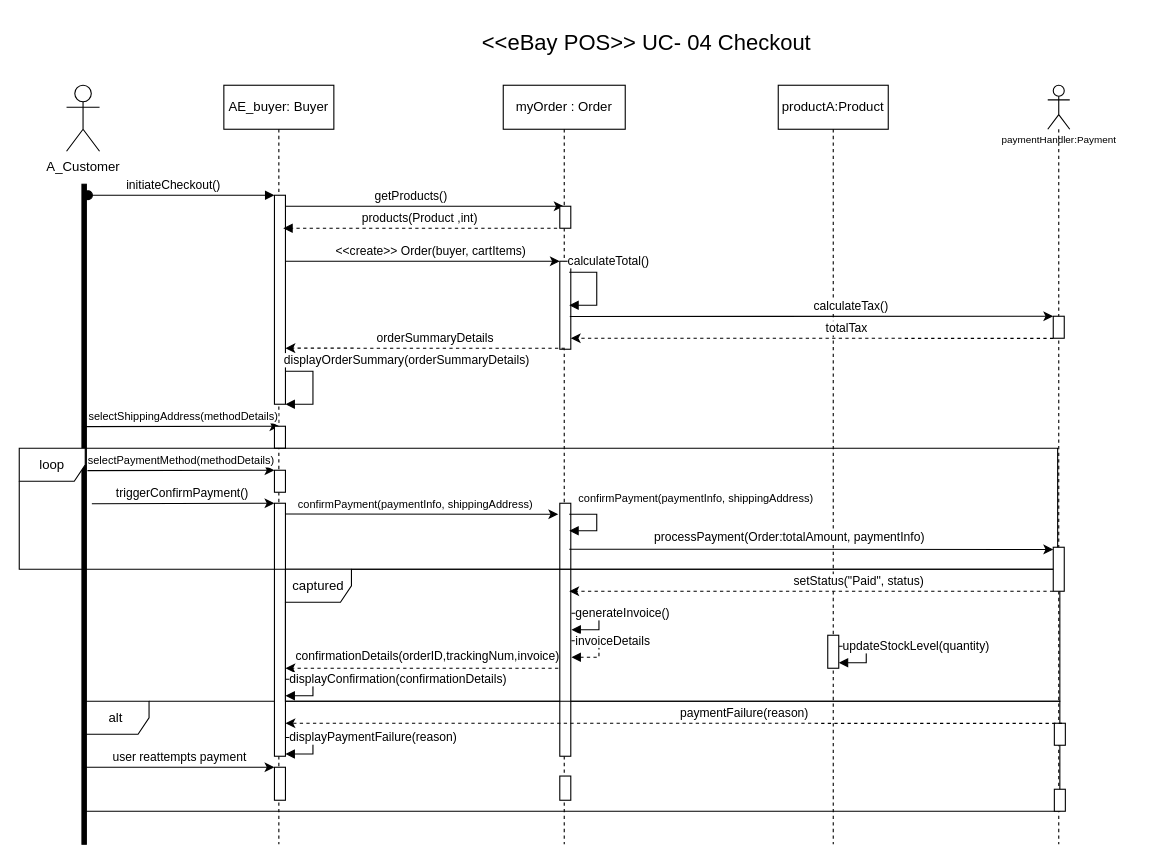
AhmedElamari/Software-design-saved keeps this draw.io diagram as Sequence Diagram ebay.drawio. Above is the earlier version. Source tidied: cells renumbered, new cells numbered last; positions are measured from the earlier drawing's top-left corner, leaving out a move shared by most shapes. Both pictures are drawn from the tidied source at 110%, with x=0, y=0 at pixel (19, 19).
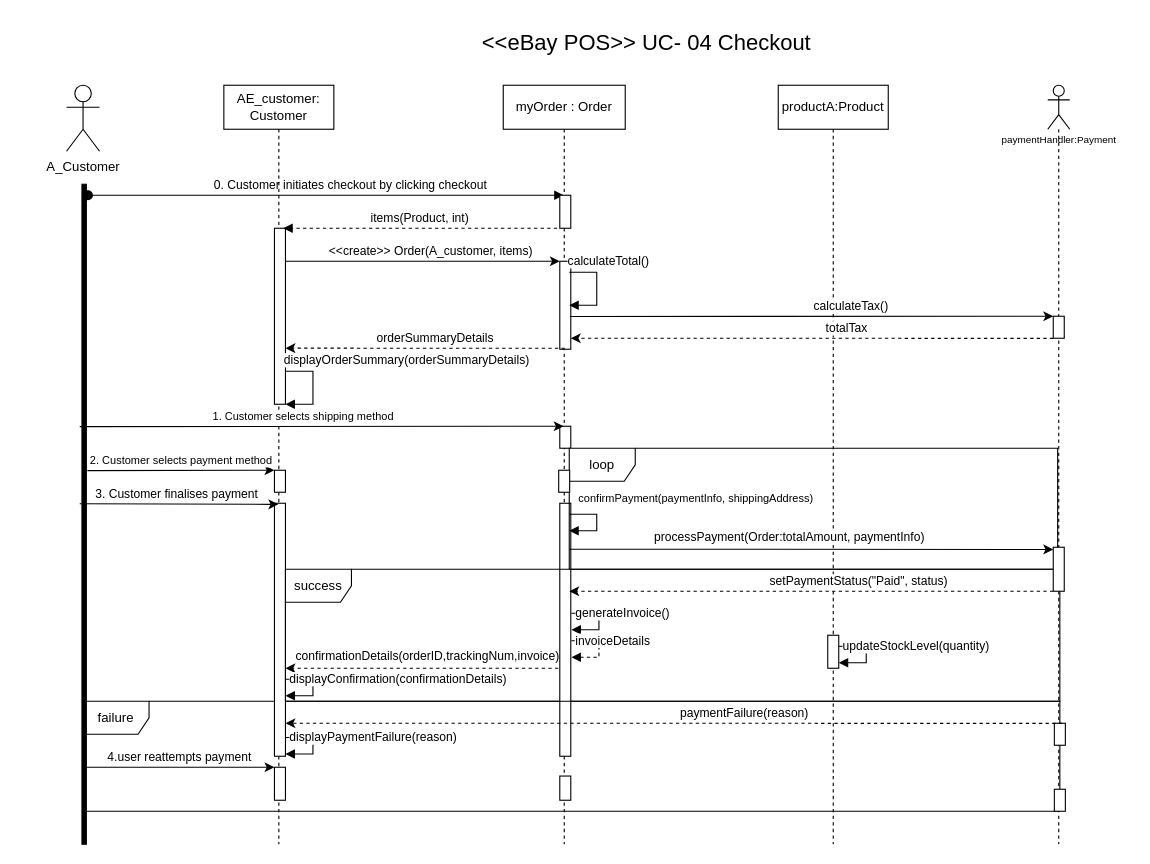
The same page after the edit.

The change refers to these unchanged cells:
```xml
<mxCell id="12" value="myOrder : Order" style="shape=umlLifeline;perimeter=lifelinePerimeter;whiteSpace=wrap;html=1;outlineConnect=0;portConstraint=eastwest;newEdgeStyle={&quot;edgeStyle&quot;:&quot;elbowEdgeStyle&quot;,&quot;elbow&quot;:&quot;vertical&quot;,&quot;curved&quot;:0,&quot;rounded&quot;:0};" parent="1" vertex="1">
  <mxGeometry x="440" y="60" width="110.9" height="690" as="geometry" />
</mxCell>
<mxCell id="21" style="edgeStyle=elbowEdgeStyle;rounded=0;jettySize=auto;html=1;elbow=vertical;curved=0;" parent="1" edge="1" target="14">
  <mxGeometry relative="1" as="geometry">
    <mxPoint x="242" y="220" as="sourcePoint" />
  </mxGeometry>
</mxCell>
<mxCell id="37" style="edgeStyle=elbowEdgeStyle;rounded=0;jettySize=auto;html=1;elbow=vertical;curved=0;" parent="1" edge="1" target="39">
  <mxGeometry relative="1" as="geometry">
    <mxPoint x="62" y="410.3" as="sourcePoint" />
  </mxGeometry>
</mxCell>
<mxCell id="42" style="edgeStyle=elbowEdgeStyle;rounded=0;orthogonalLoop=1;jettySize=auto;html=1;elbow=vertical;curved=0;dashed=1;" parent="1" edge="1">
  <mxGeometry relative="1" as="geometry">
    <mxPoint x="940" y="520" as="sourcePoint" />
    <mxPoint x="500" y="520" as="targetPoint" />
  </mxGeometry>
</mxCell>
<mxCell id="52" style="edgeStyle=elbowEdgeStyle;rounded=0;orthogonalLoop=1;jettySize=auto;html=1;elbow=vertical;curved=0;" parent="1" edge="1">
  <mxGeometry relative="1" as="geometry">
    <mxPoint x="57" y="680" as="sourcePoint" />
    <mxPoint x="232" y="680" as="targetPoint" />
  </mxGeometry>
</mxCell>
```

Diff of the diagram source:
```diff
@@
-    <mxCell id="2" value="alt" style="shape=umlFrame;whiteSpace=wrap;html=1;" parent="1" vertex="1">
+    <mxCell id="2" value="failure" style="shape=umlFrame;whiteSpace=wrap;html=1;" parent="1" vertex="1">
       <mxGeometry x="58" y="620" width="888" height="100" as="geometry" />
     </mxCell>
@@
-    <mxCell id="5" value="initiateCheckout()" style="html=1;verticalAlign=bottom;startArrow=oval;startFill=1;endArrow=block;startSize=8;curved=0;rounded=0;" parent="1" edge="1">
-      <mxGeometry x="-0.09" relative="1" as="geometry">
+    <mxCell id="5" value="0. Customer initiates checkout by clicking checkout" style="html=1;verticalAlign=bottom;startArrow=oval;startFill=1;endArrow=block;startSize=8;curved=0;rounded=0;" parent="1" edge="1" target="12">
+      <mxGeometry x="0.1" relative="1" as="geometry">
         <mxPoint x="62.5" y="160" as="sourcePoint" />
-        <mxPoint x="232" y="160" as="targetPoint" />
       </mxGeometry>
     </mxCell>
-    <mxCell id="6" style="edgeStyle=elbowEdgeStyle;rounded=0;jettySize=auto;html=1;elbow=vertical;curved=0;" parent="1" edge="1" target="12">
-      <mxGeometry relative="1" as="geometry">
-        <mxPoint x="238" y="170" as="sourcePoint" />
-      </mxGeometry>
-    </mxCell>
-    <mxCell id="7" value="getProducts()" style="edgeLabel;html=1;align=center;verticalAlign=middle;" parent="6" vertex="1">
-      <mxGeometry x="-0.24" y="4" relative="1" as="geometry">
-        <mxPoint x="19" y="-6" as="offset" />
-      </mxGeometry>
-    </mxCell>
-    <mxCell id="8" value="AE_buyer: Buyer" style="shape=umlLifeline;perimeter=lifelinePerimeter;whiteSpace=wrap;html=1;outlineConnect=0;portConstraint=eastwest;newEdgeStyle={&quot;edgeStyle&quot;:&quot;elbowEdgeStyle&quot;,&quot;elbow&quot;:&quot;vertical&quot;,&quot;curved&quot;:0,&quot;rounded&quot;:0};" parent="1" vertex="1">
+    <mxCell id="8" value="AE_customer: Customer" style="shape=umlLifeline;perimeter=lifelinePerimeter;whiteSpace=wrap;html=1;outlineConnect=0;portConstraint=eastwest;newEdgeStyle={&quot;edgeStyle&quot;:&quot;elbowEdgeStyle&quot;,&quot;elbow&quot;:&quot;vertical&quot;,&quot;curved&quot;:0,&quot;rounded&quot;:0};" parent="1" vertex="1">
       <mxGeometry x="186" y="60" width="100" height="690" as="geometry" />
     </mxCell>
     <mxCell id="9" style="html=1;perimeter=orthogonalPerimeter;targetShapes=umlLifeline;newEdgeStyle={&quot;curved&quot;:0,&quot;rounded&quot;:0};" parent="8" vertex="1">
-      <mxGeometry x="46" y="100" width="10" height="190" as="geometry" />
+      <mxGeometry x="46" y="130" width="10" height="160" as="geometry" />
     </mxCell>
@@
     <mxCell id="16" style="html=1;perimeter=orthogonalPerimeter;targetShapes=umlLifeline;newEdgeStyle={&quot;curved&quot;:0,&quot;rounded&quot;:0};" parent="12" vertex="1">
-      <mxGeometry x="51.4" y="110" width="10" height="20" as="geometry" />
+      <mxGeometry x="51.4" y="100" width="10" height="30" as="geometry" />
     </mxCell>
+    <mxCell id="68" style="html=1;perimeter=orthogonalPerimeter;targetShapes=umlLifeline;newEdgeStyle={&quot;curved&quot;:0,&quot;rounded&quot;:0};" parent="12" vertex="1">
+      <mxGeometry x="51.4" y="310" width="10" height="20" as="geometry" />
+    </mxCell>
@@
-    <mxCell id="22" value="&amp;lt;&amp;lt;create&amp;gt;&amp;gt; Order(buyer, cartItems)" style="edgeLabel;html=1;align=center;verticalAlign=middle;" parent="21" vertex="1">
+    <mxCell id="22" value="&amp;lt;&amp;lt;create&amp;gt;&amp;gt; Order(A_customer, items)" style="edgeLabel;html=1;align=center;verticalAlign=middle;" parent="21" vertex="1">
       <mxGeometry x="0.3" relative="1" as="geometry">
         <mxPoint x="-31" y="-10" as="offset" />
       </mxGeometry>
     </mxCell>
@@
-    <mxCell id="24" style="edgeStyle=elbowEdgeStyle;rounded=0;orthogonalLoop=1;jettySize=auto;html=1;elbow=vertical;curved=0;exitX=1;exitY=1;exitDx=0;exitDy=-5;exitPerimeter=0;" parent="1" edge="1">
+    <mxCell id="24" style="edgeStyle=elbowEdgeStyle;rounded=0;jettySize=auto;html=1;elbow=vertical;curved=0;exitX=1;exitY=1;exitDx=0;exitDy=-5;exitPerimeter=0;" parent="1" edge="1" target="8">
       <mxGeometry relative="1" as="geometry">
-        <mxPoint x="66" y="440.5" as="sourcePoint" />
-        <mxPoint x="232" y="440.2" as="targetPoint" />
+        <mxPoint x="55" y="440.5" as="sourcePoint" />
       </mxGeometry>
     </mxCell>
-    <mxCell id="25" value="triggerConfirmPayment()" style="edgeLabel;html=1;align=center;verticalAlign=middle;" parent="24" vertex="1">
+    <mxCell id="25" value="3. Customer finalises payment" style="edgeLabel;html=1;align=center;verticalAlign=middle;" parent="24" vertex="1">
       <mxGeometry x="-0.24" y="4" relative="1" as="geometry">
         <mxPoint x="19" y="-6" as="offset" />
       </mxGeometry>
     </mxCell>
@@
-    <mxCell id="27" value="products(Product ,int)" style="html=1;verticalAlign=bottom;endArrow=block;curved=0;rounded=0;dashed=1;" parent="1" edge="1">
+    <mxCell id="27" value="items(Product, int)" style="html=1;verticalAlign=bottom;endArrow=block;curved=0;rounded=0;dashed=1;" parent="1" edge="1">
       <mxGeometry relative="1" as="geometry">
         <mxPoint x="489" y="190" as="sourcePoint" />
         <mxPoint x="240" y="190" as="targetPoint" />
       </mxGeometry>
     </mxCell>
-    <mxCell id="28" style="edgeStyle=elbowEdgeStyle;rounded=0;jettySize=auto;html=1;elbow=vertical;curved=0;" parent="1" edge="1" source="35">
+    <mxCell id="28" style="edgeStyle=elbowEdgeStyle;rounded=0;orthogonalLoop=1;jettySize=auto;html=1;elbow=vertical;curved=0;" parent="1" edge="1">
       <mxGeometry relative="1" as="geometry">
+        <mxPoint x="237" y="380" as="sourcePoint" />
         <mxPoint x="237" y="380" as="targetPoint" />
       </mxGeometry>
     </mxCell>
@@
-    <mxCell id="33" style="edgeStyle=elbowEdgeStyle;rounded=0;orthogonalLoop=1;jettySize=auto;html=1;elbow=vertical;curved=0;" parent="1" edge="1">
-      <mxGeometry relative="1" as="geometry">
-        <mxPoint x="57" y="370.3" as="sourcePoint" />
-        <mxPoint x="236.5" y="370" as="targetPoint" />
-      </mxGeometry>
-    </mxCell>
-    <mxCell id="34" value="selectShippingAddress(methodDetails)" style="edgeLabel;html=1;align=center;verticalAlign=middle;fontSize=10;" parent="33" vertex="1">
-      <mxGeometry x="-0.15" y="9" relative="1" as="geometry">
-        <mxPoint x="16" y="-1" as="offset" />
-      </mxGeometry>
-    </mxCell>
-    <mxCell id="35" style="html=1;points=[[0,0,0,0,5],[0,1,0,0,-5],[1,0,0,0,5],[1,1,0,0,-5]];perimeter=orthogonalPerimeter;outlineConnect=0;targetShapes=umlLifeline;portConstraint=eastwest;newEdgeStyle={&quot;curved&quot;:0,&quot;rounded&quot;:0};" parent="1" vertex="1">
-      <mxGeometry x="232" y="370" width="10" height="20" as="geometry" />
-    </mxCell>
@@
-    <mxCell id="38" value="selectPaymentMethod(methodDetails)" style="edgeLabel;html=1;align=center;verticalAlign=middle;fontSize=10;" parent="37" vertex="1">
+    <mxCell id="38" value="2. Customer selects payment method" style="edgeLabel;html=1;align=center;verticalAlign=middle;fontSize=10;" parent="37" vertex="1">
       <mxGeometry x="-0.15" y="9" relative="1" as="geometry">
         <mxPoint x="13" y="-1" as="offset" />
       </mxGeometry>
     </mxCell>
@@
-    <mxCell id="43" value="setStatus(&quot;Paid&quot;, status)" style="edgeLabel;html=1;align=center;verticalAlign=middle;" parent="42" vertex="1">
+    <mxCell id="43" value="setPaymentStatus(&quot;Paid&quot;, status)" style="edgeLabel;html=1;align=center;verticalAlign=middle;" parent="42" vertex="1">
       <mxGeometry x="-0.24" y="4" relative="1" as="geometry">
         <mxPoint x="-11" y="-14" as="offset" />
       </mxGeometry>
     </mxCell>
@@
-    <mxCell id="53" value="&amp;nbsp;user reattempts payment" style="edgeLabel;html=1;align=center;verticalAlign=middle;" parent="52" vertex="1">
+    <mxCell id="53" value="&amp;nbsp;4.user reattempts payment" style="edgeLabel;html=1;align=center;verticalAlign=middle;" parent="52" vertex="1">
       <mxGeometry x="-0.24" y="4" relative="1" as="geometry">
         <mxPoint x="19" y="-6" as="offset" />
       </mxGeometry>
     </mxCell>
-    <mxCell id="54" style="edgeStyle=elbowEdgeStyle;rounded=0;orthogonalLoop=1;jettySize=auto;html=1;elbow=vertical;curved=0;" parent="1" edge="1">
-      <mxGeometry relative="1" as="geometry">
-        <mxPoint x="242" y="449.8" as="sourcePoint" />
-        <mxPoint x="490" y="450" as="targetPoint" />
-      </mxGeometry>
-    </mxCell>
-    <mxCell id="55" value="confirmPayment(paymentInfo, shippingAddress)" style="edgeLabel;html=1;align=center;verticalAlign=middle;fontSize=10;" parent="54" vertex="1">
-      <mxGeometry x="-0.15" y="9" relative="1" as="geometry">
-        <mxPoint x="13" y="-1" as="offset" />
-      </mxGeometry>
-    </mxCell>
     <mxCell id="56" value="loop" style="shape=umlFrame;whiteSpace=wrap;html=1;" parent="1" vertex="1">
-      <mxGeometry y="390" width="944" height="110" as="geometry" />
+      <mxGeometry x="500" y="390" width="444" height="110" as="geometry" />
     </mxCell>
@@
-    <mxCell id="63" value="captured" style="shape=umlFrame;whiteSpace=wrap;html=1;" parent="1" vertex="1">
+    <mxCell id="63" value="success" style="shape=umlFrame;whiteSpace=wrap;html=1;" parent="1" vertex="1">
       <mxGeometry x="242" y="500" width="704" height="120" as="geometry" />
     </mxCell>
@@
+    <mxCell id="33" style="edgeStyle=elbowEdgeStyle;rounded=0;orthogonalLoop=1;jettySize=auto;html=1;elbow=vertical;curved=0;" parent="1" edge="1">
+      <mxGeometry relative="1" as="geometry">
+        <mxPoint x="55" y="370.3" as="sourcePoint" />
+        <mxPoint x="494.9" y="370" as="targetPoint" />
+      </mxGeometry>
+    </mxCell>
+    <mxCell id="34" value="1. Customer selects shipping method" style="edgeLabel;html=1;align=center;verticalAlign=middle;fontSize=10;" parent="33" vertex="1">
+      <mxGeometry x="-0.15" y="9" relative="1" as="geometry">
+        <mxPoint x="16" y="-1" as="offset" />
+      </mxGeometry>
+    </mxCell>
+    <mxCell id="69" style="html=1;perimeter=orthogonalPerimeter;targetShapes=umlLifeline;newEdgeStyle={&quot;curved&quot;:0,&quot;rounded&quot;:0};" parent="1" vertex="1">
+      <mxGeometry x="490.4" y="410" width="10" height="20" as="geometry" />
+    </mxCell>
```
